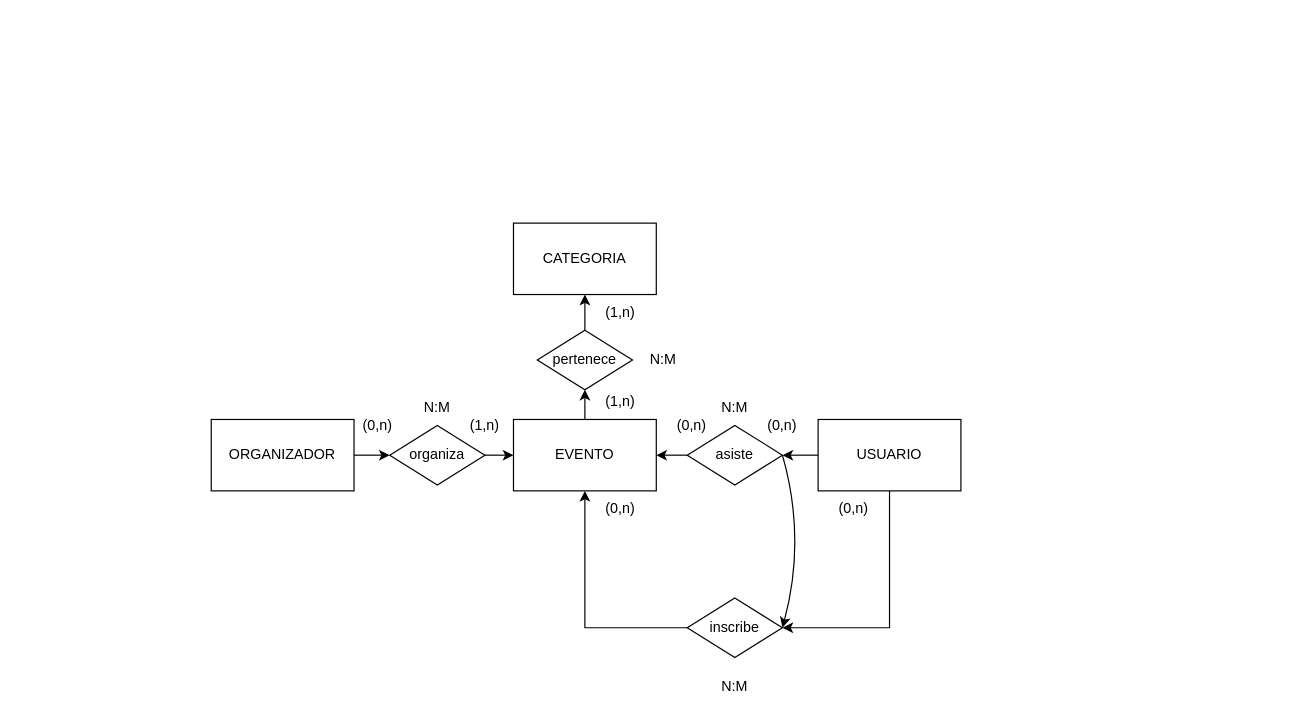
Above: Diagrama ER.drawio in Dutrix96/Proyecto-1-DAW (draw.io), before the change. Source tidied: cells renumbered, new cells numbered last; positions are measured from the earlier drawing's top-left corner, leaving out a move shared by most shapes. Both pictures are drawn from the tidied source at 119%, with x=0, y=0 at pixel (211, 223).
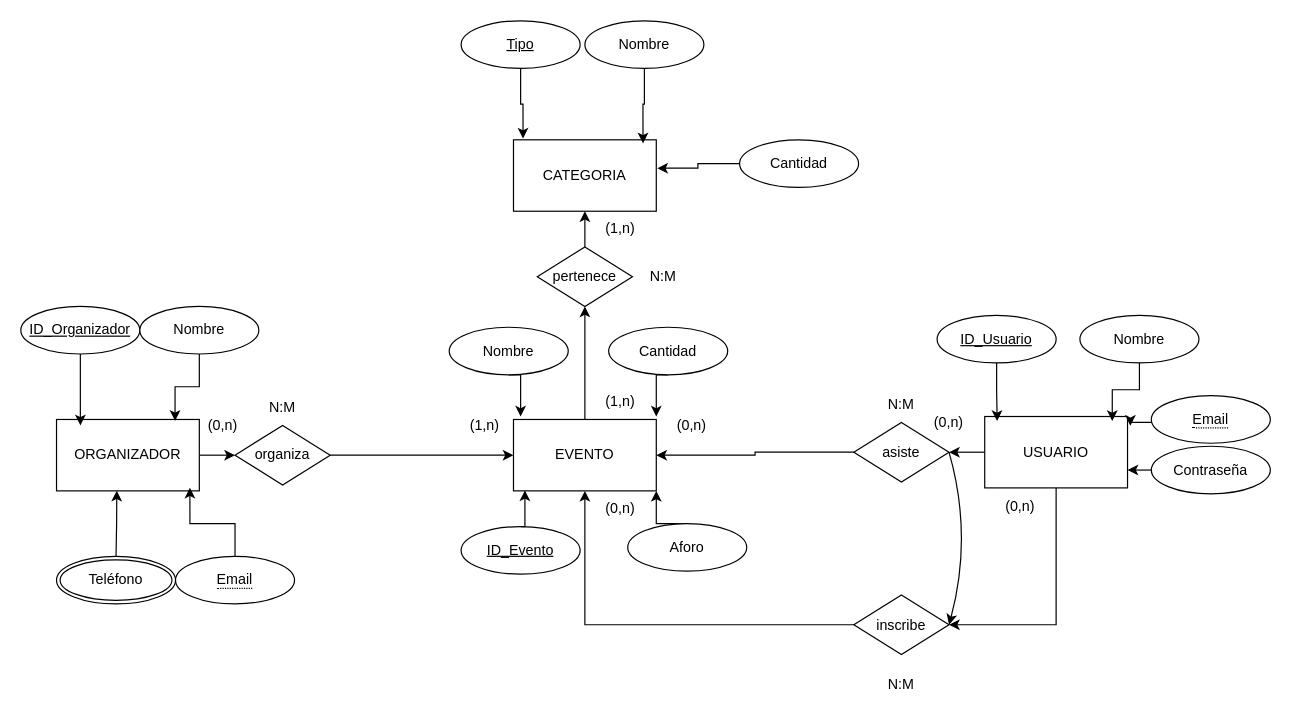
After the change.

Unchanged cells that the change refers to:
```xml
<mxCell id="8" value="EVENTO" style="rounded=0;whiteSpace=wrap;html=1;" parent="1" vertex="1">
  <mxGeometry x="254" y="165" width="120" height="60" as="geometry" />
</mxCell>
<mxCell id="16" value="(1,n)" style="text;html=1;align=center;verticalAlign=middle;whiteSpace=wrap;rounded=0;" parent="1" vertex="1">
  <mxGeometry x="200" y="155" width="60" height="30" as="geometry" />
</mxCell>
<mxCell id="17" value="(0,n)" style="text;html=1;align=center;verticalAlign=middle;whiteSpace=wrap;rounded=0;" parent="1" vertex="1">
  <mxGeometry x="374" y="155" width="60" height="30" as="geometry" />
</mxCell>
```

What changed in the source:
```diff
@@
     <mxCell id="3" value="ORGANIZADOR" style="rounded=0;whiteSpace=wrap;html=1;" parent="1" vertex="1">
-      <mxGeometry y="165" width="120" height="60" as="geometry" />
+      <mxGeometry x="-130" y="165" width="120" height="60" as="geometry" />
     </mxCell>
@@
     <mxCell id="6" value="USUARIO" style="rounded=0;whiteSpace=wrap;html=1;" parent="1" vertex="1">
-      <mxGeometry x="510" y="165" width="120" height="60" as="geometry" />
+      <mxGeometry x="650" y="162.5" width="120" height="60" as="geometry" />
     </mxCell>
@@
     <mxCell id="10" value="organiza" style="shape=rhombus;html=1;dashed=0;whiteSpace=wrap;perimeter=rhombusPerimeter;" parent="1" vertex="1">
-      <mxGeometry x="150" y="170" width="80" height="50" as="geometry" />
+      <mxGeometry x="20" y="170" width="80" height="50" as="geometry" />
     </mxCell>
@@
     <mxCell id="12" value="asiste" style="shape=rhombus;html=1;dashed=0;whiteSpace=wrap;perimeter=rhombusPerimeter;" parent="1" vertex="1">
-      <mxGeometry x="400" y="170" width="80" height="50" as="geometry" />
+      <mxGeometry x="540" y="167.5" width="80" height="50" as="geometry" />
     </mxCell>
@@
     <mxCell id="14" value="inscribe" style="shape=rhombus;html=1;dashed=0;whiteSpace=wrap;perimeter=rhombusPerimeter;" parent="1" vertex="1">
-      <mxGeometry x="400" y="315" width="80" height="50" as="geometry" />
+      <mxGeometry x="540" y="312.5" width="80" height="50" as="geometry" />
     </mxCell>
     <mxCell id="15" value="(0,n)" style="text;html=1;align=center;verticalAlign=middle;whiteSpace=wrap;rounded=0;" parent="1" vertex="1">
-      <mxGeometry x="110" y="155" width="60" height="30" as="geometry" />
+      <mxGeometry x="-20" y="155" width="60" height="30" as="geometry" />
     </mxCell>
@@
     <mxCell id="18" value="N:M" style="text;html=1;align=center;verticalAlign=middle;whiteSpace=wrap;rounded=0;" parent="1" vertex="1">
-      <mxGeometry x="160" y="140" width="60" height="30" as="geometry" />
+      <mxGeometry x="30" y="140" width="60" height="30" as="geometry" />
     </mxCell>
     <mxCell id="19" value="N:M" style="text;html=1;align=center;verticalAlign=middle;whiteSpace=wrap;rounded=0;" parent="1" vertex="1">
-      <mxGeometry x="410" y="140" width="60" height="30" as="geometry" />
+      <mxGeometry x="550" y="137.5" width="60" height="30" as="geometry" />
     </mxCell>
     <mxCell id="20" value="(0,n)" style="text;html=1;align=center;verticalAlign=middle;whiteSpace=wrap;rounded=0;" parent="1" vertex="1">
-      <mxGeometry x="450" y="155" width="60" height="30" as="geometry" />
+      <mxGeometry x="590" y="152.5" width="60" height="30" as="geometry" />
     </mxCell>
@@
     <mxCell id="22" value="(0,n)" style="text;html=1;align=center;verticalAlign=middle;whiteSpace=wrap;rounded=0;" parent="1" vertex="1">
-      <mxGeometry x="510" y="225" width="60" height="30" as="geometry" />
+      <mxGeometry x="650" y="222.5" width="60" height="30" as="geometry" />
     </mxCell>
     <mxCell id="23" value="N:M" style="text;html=1;align=center;verticalAlign=middle;whiteSpace=wrap;rounded=0;" parent="1" vertex="1">
-      <mxGeometry x="410" y="375" width="60" height="30" as="geometry" />
+      <mxGeometry x="550" y="372.5" width="60" height="30" as="geometry" />
     </mxCell>
     <mxCell id="24" style="endArrow=classic;html=1;rounded=0;entryX=1;entryY=0.5;entryDx=0;entryDy=0;exitX=1;exitY=0.5;exitDx=0;exitDy=0;curved=1;" parent="1" edge="1" source="12" target="14">
       <mxGeometry relative="1" as="geometry">
         <Array as="points">
-          <mxPoint x="500" y="265" />
+          <mxPoint x="640" y="262.5" />
         </Array>
       </mxGeometry>
     </mxCell>
     <mxCell id="25" value="CATEGORIA" style="rounded=0;whiteSpace=wrap;html=1;" parent="1" vertex="1">
-      <mxGeometry x="254" width="120" height="60" as="geometry" />
+      <mxGeometry x="254" y="-70" width="120" height="60" as="geometry" />
     </mxCell>
@@
     <mxCell id="27" value="pertenece" style="shape=rhombus;html=1;dashed=0;whiteSpace=wrap;perimeter=rhombusPerimeter;" parent="1" vertex="1">
-      <mxGeometry x="274" y="90" width="80" height="50" as="geometry" />
+      <mxGeometry x="274" y="20" width="80" height="50" as="geometry" />
     </mxCell>
     <mxCell id="28" value="N:M" style="text;html=1;align=center;verticalAlign=middle;whiteSpace=wrap;rounded=0;" parent="1" vertex="1">
-      <mxGeometry x="350" y="100" width="60" height="30" as="geometry" />
+      <mxGeometry x="350" y="30" width="60" height="30" as="geometry" />
     </mxCell>
     <mxCell id="29" value="(1,n)" style="text;html=1;align=center;verticalAlign=middle;whiteSpace=wrap;rounded=0;" parent="1" vertex="1">
-      <mxGeometry x="314" y="60" width="60" height="30" as="geometry" />
+      <mxGeometry x="314" y="-10" width="60" height="30" as="geometry" />
     </mxCell>
@@
+    <mxCell id="31" value="ID_Usuario" style="ellipse;whiteSpace=wrap;html=1;align=center;fontStyle=4;" parent="1" vertex="1">
+      <mxGeometry x="610" y="77.5" width="100" height="40" as="geometry" />
+    </mxCell>
+    <mxCell id="32" value="Nombre" style="ellipse;whiteSpace=wrap;html=1;align=center;" parent="1" vertex="1">
+      <mxGeometry x="730" y="77.5" width="100" height="40" as="geometry" />
+    </mxCell>
+    <mxCell id="33" style="edgeStyle=orthogonalEdgeStyle;rounded=0;jettySize=auto;html=1;exitX=0;exitY=0.5;exitDx=0;exitDy=0;entryX=1;entryY=0.75;entryDx=0;entryDy=0;" parent="1" edge="1" source="34" target="6">
+      <mxGeometry relative="1" as="geometry" />
+    </mxCell>
+    <mxCell id="34" value="Contraseña" style="ellipse;whiteSpace=wrap;html=1;align=center;" parent="1" vertex="1">
+      <mxGeometry x="790" y="187.5" width="100" height="40" as="geometry" />
+    </mxCell>
+    <mxCell id="35" style="edgeStyle=orthogonalEdgeStyle;rounded=0;jettySize=auto;html=1;exitX=0.5;exitY=1;exitDx=0;exitDy=0;entryX=0.087;entryY=0.063;entryDx=0;entryDy=0;entryPerimeter=0;" parent="1" edge="1" source="31" target="6">
+      <mxGeometry relative="1" as="geometry" />
+    </mxCell>
+    <mxCell id="36" style="edgeStyle=orthogonalEdgeStyle;rounded=0;jettySize=auto;html=1;exitX=0.5;exitY=1;exitDx=0;exitDy=0;entryX=0.893;entryY=0.063;entryDx=0;entryDy=0;entryPerimeter=0;" parent="1" edge="1" source="32" target="6">
+      <mxGeometry relative="1" as="geometry" />
+    </mxCell>
+    <mxCell id="37" style="edgeStyle=orthogonalEdgeStyle;rounded=0;jettySize=auto;html=1;exitX=0;exitY=0.5;exitDx=0;exitDy=0;entryX=1.02;entryY=0.13;entryDx=0;entryDy=0;entryPerimeter=0;" parent="1" edge="1" target="6">
+      <mxGeometry relative="1" as="geometry">
+        <mxPoint x="790" y="167.5" as="sourcePoint" />
+      </mxGeometry>
+    </mxCell>
+    <mxCell id="38" value="Tipo" style="ellipse;whiteSpace=wrap;html=1;align=center;fontStyle=4;" parent="1" vertex="1">
+      <mxGeometry x="210" y="-170" width="100" height="40" as="geometry" />
+    </mxCell>
+    <mxCell id="39" value="ID_Evento" style="ellipse;whiteSpace=wrap;html=1;align=center;fontStyle=4;" parent="1" vertex="1">
+      <mxGeometry x="210" y="255" width="100" height="40" as="geometry" />
+    </mxCell>
+    <mxCell id="40" value="ID_Organizador" style="ellipse;whiteSpace=wrap;html=1;align=center;fontStyle=4;" parent="1" vertex="1">
+      <mxGeometry x="-160" y="70" width="100" height="40" as="geometry" />
+    </mxCell>
+    <mxCell id="41" style="edgeStyle=orthogonalEdgeStyle;rounded=0;jettySize=auto;html=1;exitX=0.5;exitY=0;exitDx=0;exitDy=0;entryX=0.08;entryY=0.993;entryDx=0;entryDy=0;entryPerimeter=0;" parent="1" edge="1" source="39" target="8">
+      <mxGeometry relative="1" as="geometry" />
+    </mxCell>
+    <mxCell id="42" style="edgeStyle=orthogonalEdgeStyle;rounded=0;jettySize=auto;html=1;exitX=0.5;exitY=1;exitDx=0;exitDy=0;entryX=0.167;entryY=0.083;entryDx=0;entryDy=0;entryPerimeter=0;" parent="1" edge="1" source="40" target="3">
+      <mxGeometry relative="1" as="geometry" />
+    </mxCell>
+    <mxCell id="43" style="edgeStyle=orthogonalEdgeStyle;rounded=0;jettySize=auto;html=1;exitX=0.5;exitY=1;exitDx=0;exitDy=0;entryX=0.067;entryY=-0.017;entryDx=0;entryDy=0;entryPerimeter=0;" parent="1" edge="1" source="38" target="25">
+      <mxGeometry relative="1" as="geometry" />
+    </mxCell>
+    <mxCell id="44" value="Nombre" style="ellipse;whiteSpace=wrap;html=1;align=center;" parent="1" vertex="1">
+      <mxGeometry x="314" y="-170" width="100" height="40" as="geometry" />
+    </mxCell>
+    <mxCell id="45" value="Cantidad" style="ellipse;whiteSpace=wrap;html=1;align=center;" parent="1" vertex="1">
+      <mxGeometry x="444" y="-70" width="100" height="40" as="geometry" />
+    </mxCell>
+    <mxCell id="46" style="edgeStyle=orthogonalEdgeStyle;rounded=0;jettySize=auto;html=1;exitX=0.5;exitY=1;exitDx=0;exitDy=0;entryX=0.907;entryY=0.05;entryDx=0;entryDy=0;entryPerimeter=0;" parent="1" edge="1" source="44" target="25">
+      <mxGeometry relative="1" as="geometry" />
+    </mxCell>
+    <mxCell id="47" style="edgeStyle=orthogonalEdgeStyle;rounded=0;jettySize=auto;html=1;exitX=0;exitY=0.5;exitDx=0;exitDy=0;entryX=1.007;entryY=0.397;entryDx=0;entryDy=0;entryPerimeter=0;" parent="1" edge="1" source="45" target="25">
+      <mxGeometry relative="1" as="geometry" />
+    </mxCell>
+    <mxCell id="48" value="Nombre" style="ellipse;whiteSpace=wrap;html=1;align=center;" parent="1" vertex="1">
+      <mxGeometry x="-60" y="70" width="100" height="40" as="geometry" />
+    </mxCell>
+    <mxCell id="49" style="edgeStyle=orthogonalEdgeStyle;rounded=0;jettySize=auto;html=1;exitX=0.5;exitY=1;exitDx=0;exitDy=0;entryX=0.83;entryY=0.02;entryDx=0;entryDy=0;entryPerimeter=0;" parent="1" edge="1" source="48" target="3">
+      <mxGeometry relative="1" as="geometry" />
+    </mxCell>
+    <mxCell id="50" style="edgeStyle=orthogonalEdgeStyle;rounded=0;jettySize=auto;html=1;exitX=0.5;exitY=1;exitDx=0;exitDy=0;entryX=1;entryY=0.25;entryDx=0;entryDy=0;" parent="1" edge="1" source="51" target="16">
+      <mxGeometry relative="1" as="geometry" />
+    </mxCell>
+    <mxCell id="51" value="Nombre" style="ellipse;whiteSpace=wrap;html=1;align=center;" parent="1" vertex="1">
+      <mxGeometry x="200" y="87.5" width="100" height="40" as="geometry" />
+    </mxCell>
+    <mxCell id="52" style="edgeStyle=orthogonalEdgeStyle;rounded=0;jettySize=auto;html=1;exitX=0.5;exitY=1;exitDx=0;exitDy=0;entryX=0;entryY=0.25;entryDx=0;entryDy=0;strokeColor=default;" parent="1" edge="1" source="53" target="17">
+      <mxGeometry relative="1" as="geometry" />
+    </mxCell>
+    <mxCell id="53" value="Cantidad" style="ellipse;whiteSpace=wrap;html=1;align=center;" parent="1" vertex="1">
+      <mxGeometry x="334" y="87.5" width="100" height="40" as="geometry" />
+    </mxCell>
+    <mxCell id="54" style="edgeStyle=orthogonalEdgeStyle;rounded=0;jettySize=auto;html=1;exitX=0.5;exitY=0;exitDx=0;exitDy=0;entryX=1;entryY=1;entryDx=0;entryDy=0;" parent="1" edge="1" source="55" target="8">
+      <mxGeometry relative="1" as="geometry" />
+    </mxCell>
+    <mxCell id="55" value="Aforo" style="ellipse;whiteSpace=wrap;html=1;align=center;" parent="1" vertex="1">
+      <mxGeometry x="350" y="252.5" width="100" height="40" as="geometry" />
+    </mxCell>
+    <mxCell id="56" style="edgeStyle=orthogonalEdgeStyle;rounded=0;jettySize=auto;html=1;exitX=0.5;exitY=0;exitDx=0;exitDy=0;entryX=0.422;entryY=0.997;entryDx=0;entryDy=0;entryPerimeter=0;" parent="1" edge="1" target="3">
+      <mxGeometry relative="1" as="geometry">
+        <mxPoint x="-80" y="280" as="sourcePoint" />
+      </mxGeometry>
+    </mxCell>
+    <mxCell id="57" value="&lt;span style=&quot;border-bottom: 1px dotted&quot;&gt;Email&lt;/span&gt;" style="ellipse;whiteSpace=wrap;html=1;align=center;" parent="1" vertex="1">
+      <mxGeometry x="790" y="145" width="100" height="40" as="geometry" />
+    </mxCell>
+    <mxCell id="58" value="Teléfono" style="ellipse;shape=doubleEllipse;margin=3;whiteSpace=wrap;html=1;align=center;" parent="1" vertex="1">
+      <mxGeometry x="-130" y="280" width="100" height="40" as="geometry" />
+    </mxCell>
+    <mxCell id="59" value="&lt;span style=&quot;border-bottom: 1px dotted&quot;&gt;Email&lt;/span&gt;" style="ellipse;whiteSpace=wrap;html=1;align=center;" parent="1" vertex="1">
+      <mxGeometry x="-30" y="280" width="100" height="40" as="geometry" />
+    </mxCell>
+    <mxCell id="60" style="edgeStyle=orthogonalEdgeStyle;rounded=0;jettySize=auto;html=1;exitX=0.5;exitY=0;exitDx=0;exitDy=0;entryX=0.934;entryY=0.955;entryDx=0;entryDy=0;entryPerimeter=0;" parent="1" edge="1" source="59" target="3">
+      <mxGeometry relative="1" as="geometry" />
+    </mxCell>
```
